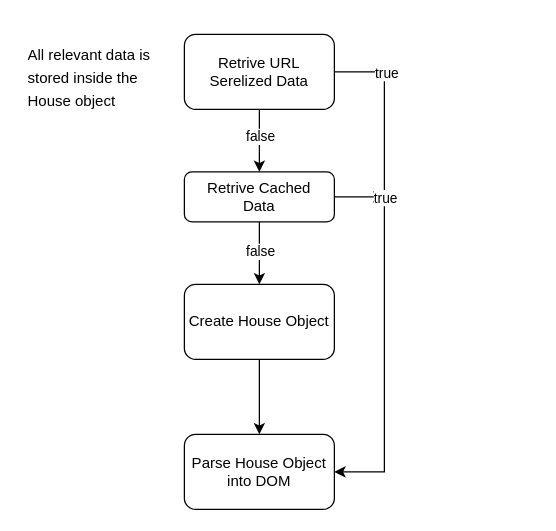
carafelix/minimalist-library keeps this draw.io diagram as library-flow.drawio. Above is the earlier version. Source tidied: cells renumbered, new cells numbered last; positions are measured from the earlier drawing's top-left corner, leaving out a move shared by most shapes. Both pictures are drawn from the tidied source at 125%, with x=0, y=0 at pixel (21, 34).
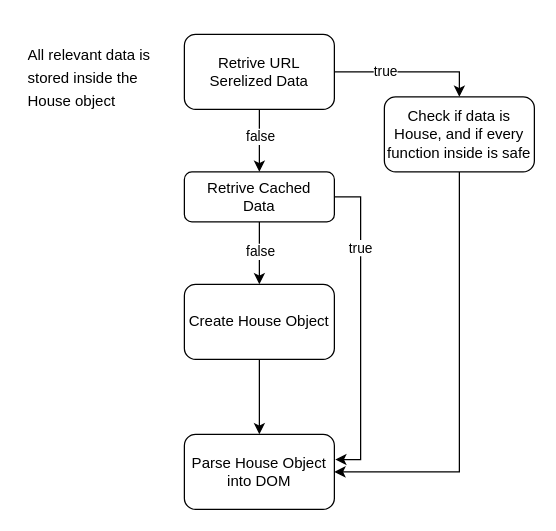
The same diagram, later.

Commit message (it also covers changes not shown here):
improve house type

The change refers to these unchanged cells:
```xml
<mxCell id="5" value="Retrive Cached &lt;br&gt;Data" style="rounded=1;whiteSpace=wrap;html=1;fontSize=12;glass=0;strokeWidth=1;shadow=0;" parent="1" vertex="1">
  <mxGeometry x="130" y="110" width="120" height="40" as="geometry" />
</mxCell>
<mxCell id="9" value="Retrive URL Serelized Data" style="rounded=1;whiteSpace=wrap;html=1;" parent="1" vertex="1">
  <mxGeometry x="130" width="120" height="60" as="geometry" />
</mxCell>
<mxCell id="15" value="&lt;div style=&quot;&quot;&gt;&lt;span style=&quot;background-color: initial;&quot;&gt;Parse House Object into DOM&lt;/span&gt;&lt;/div&gt;" style="whiteSpace=wrap;html=1;rounded=1;align=center;" parent="1" vertex="1">
  <mxGeometry x="130" y="320" width="120" height="60" as="geometry" />
</mxCell>
```

Diff of the diagram source:
```diff
@@
-    <mxCell id="4" style="edgeStyle=orthogonalEdgeStyle;rounded=0;jettySize=auto;html=1;" parent="1" edge="1" source="5">
+    <mxCell id="4" style="edgeStyle=orthogonalEdgeStyle;rounded=0;jettySize=auto;html=1;entryX=1.006;entryY=0.335;entryDx=0;entryDy=0;entryPerimeter=0;" parent="1" edge="1" source="5" target="15">
       <mxGeometry relative="1" as="geometry">
-        <mxPoint x="290" y="130" as="targetPoint" />
+        <Array as="points">
+          <mxPoint x="271" y="130" />
+          <mxPoint x="271" y="340" />
+        </Array>
       </mxGeometry>
     </mxCell>
@@
-    <mxCell id="6" style="edgeStyle=orthogonalEdgeStyle;rounded=0;jettySize=auto;html=1;entryX=1;entryY=0.5;entryDx=0;entryDy=0;" parent="1" edge="1" source="9" target="15">
-      <mxGeometry relative="1" as="geometry">
-        <Array as="points">
-          <mxPoint x="290" y="30" />
-          <mxPoint x="290" y="350" />
-        </Array>
-      </mxGeometry>
+    <mxCell id="6" style="edgeStyle=orthogonalEdgeStyle;rounded=0;jettySize=auto;html=1;entryX=1;entryY=0.5;entryDx=0;entryDy=0;exitX=0.5;exitY=1;exitDx=0;exitDy=0;" parent="1" edge="1" source="17" target="15">
+      <mxGeometry relative="1" as="geometry" />
     </mxCell>
-    <mxCell id="7" value="true&lt;br&gt;" style="edgeLabel;html=1;align=center;verticalAlign=middle;" parent="6" vertex="1">
-      <mxGeometry x="-0.3" relative="1" as="geometry" />
-    </mxCell>
-    <mxCell id="8" value="true" style="edgeLabel;html=1;align=center;verticalAlign=middle;" parent="6" vertex="1">
-      <mxGeometry x="-0.8" y="1" relative="1" as="geometry" />
-    </mxCell>
@@
+    <mxCell id="16" style="edgeStyle=orthogonalEdgeStyle;rounded=0;jettySize=auto;html=1;entryX=0.5;entryY=0;entryDx=0;entryDy=0;" parent="1" edge="1" source="9" target="17">
+      <mxGeometry relative="1" as="geometry">
+        <Array as="points">
+          <mxPoint x="350" y="30" />
+        </Array>
+      </mxGeometry>
+    </mxCell>
+    <mxCell id="7" value="true&lt;br&gt;" style="edgeLabel;html=1;align=center;verticalAlign=middle;" parent="16" vertex="1">
+      <mxGeometry x="-0.3" relative="1" as="geometry">
+        <mxPoint x="-22" y="140" as="offset" />
+      </mxGeometry>
+    </mxCell>
+    <mxCell id="8" value="true" style="edgeLabel;html=1;align=center;verticalAlign=middle;" parent="16" vertex="1">
+      <mxGeometry x="-0.8" y="1" relative="1" as="geometry">
+        <mxPoint x="28" as="offset" />
+      </mxGeometry>
+    </mxCell>
+    <mxCell id="17" value="Check if data is House, and if every function inside is safe" style="rounded=1;whiteSpace=wrap;html=1;" parent="1" vertex="1">
+      <mxGeometry x="290" y="50" width="120" height="60" as="geometry" />
+    </mxCell>
```
